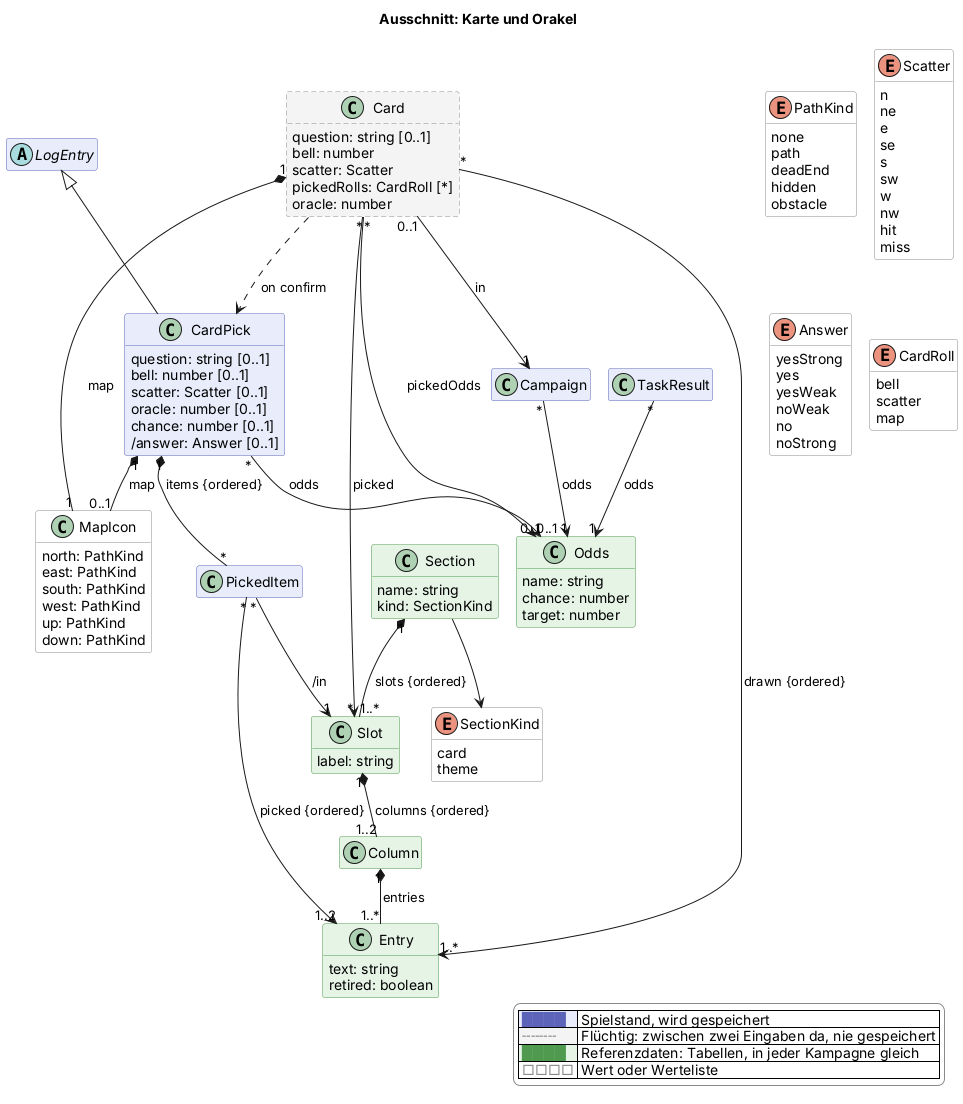
Earlier version of the PlantUML export docs/views/karte.png (scuzzar/SRE).
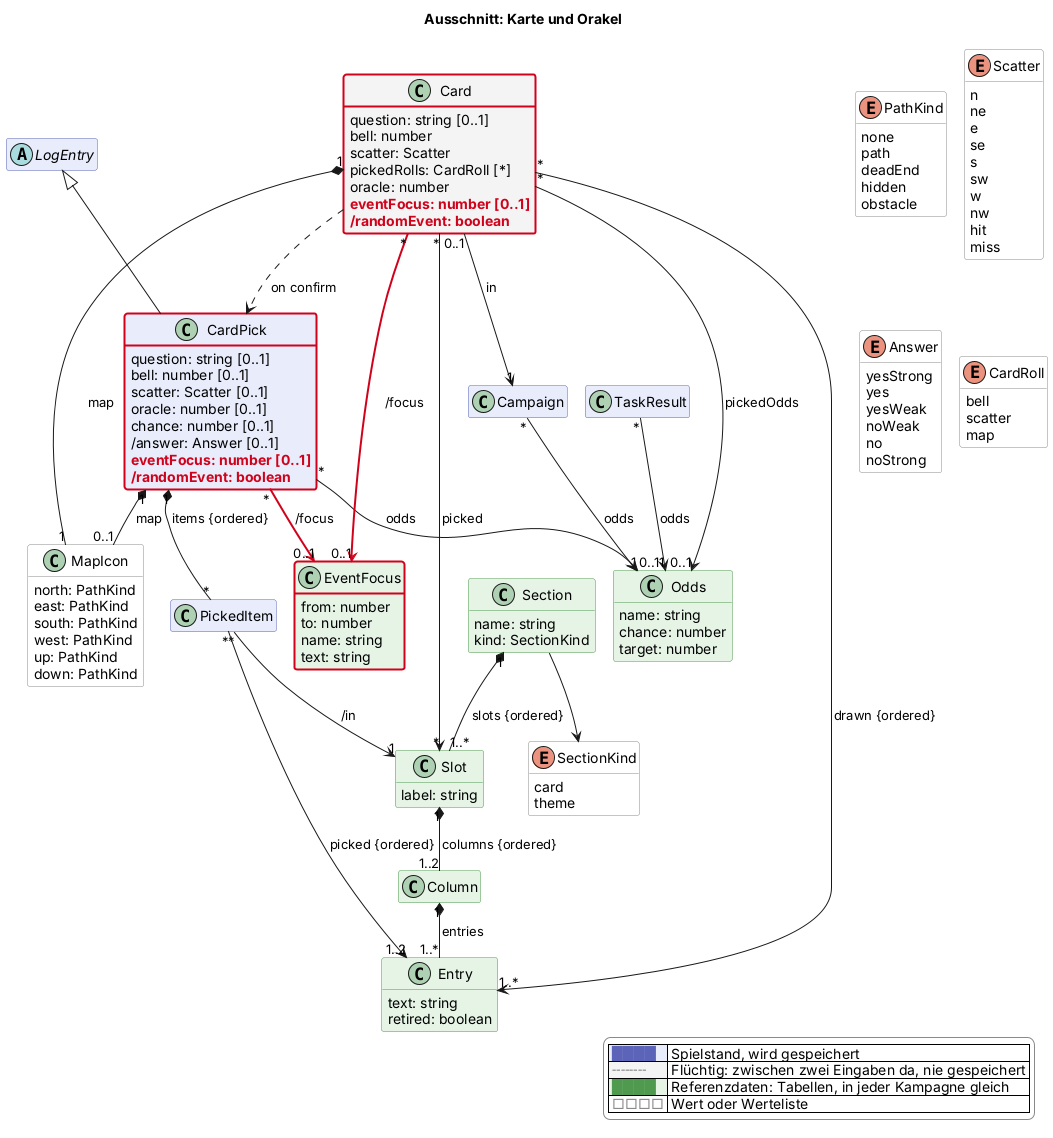
After the change.

Change to the diagram source:
```diff
@@ -78,6 +78,8 @@
     oracle: number [0..1]
     chance: number [0..1]
     /answer: Answer [0..1]
+    $new("2026-11-14f", "eventFocus: number [0..1]")
+    $new("2026-11-14f", "/randomEvent: boolean")
   }
   class PickedItem $karte
 
@@ -88,6 +90,8 @@
     scatter: Scatter
     pickedRolls: CardRoll [*]
     oracle: number
+    $new("2026-11-14f", "eventFocus: number [0..1]")
+    $new("2026-11-14f", "/randomEvent: boolean")
   }
   class MapIcon <<value>> $karte {
     north: PathKind
@@ -136,6 +140,12 @@
     chance: number
     target: number
   }
+  class EventFocus <<reference>> $karte $newClass("2026-11-14f") {
+    from: number
+    to: number
+    name: string
+    text: string
+  }
   class Section <<reference>> $karte {
     name: string
     kind: SectionKind
@@ -175,6 +185,8 @@
 Card ..> CardPick : on confirm
 CardPick "*" --> "0..1" Odds : odds
 Card "*" --> "0..1" Odds : pickedOdds
+Card "*" -$newArrow("2026-11-14f")-> "0..1" EventFocus : /focus
+CardPick "*" -$newArrow("2026-11-14f")-> "0..1" EventFocus : /focus
 Card "1" *-- "1" MapIcon : map
 PickedItem "*" --> "1" Slot : /in
 PickedItem "*" --> "1..2" Entry : picked {ordered}
@@ -190,4 +202,6 @@
   |<#e6f4e6> <color:#4f9a4f>████</color> | Referenzdaten: Tabellen, in jeder Kampagne gleich |
   |<#ffffff> <color:#8a8a8a>□□□□</color> | Wert oder Werteliste |
 endlegend
+class CardPick #line:d0021b;line.bold
+class Card #line:d0021b;line.bold
 @enduml
```
